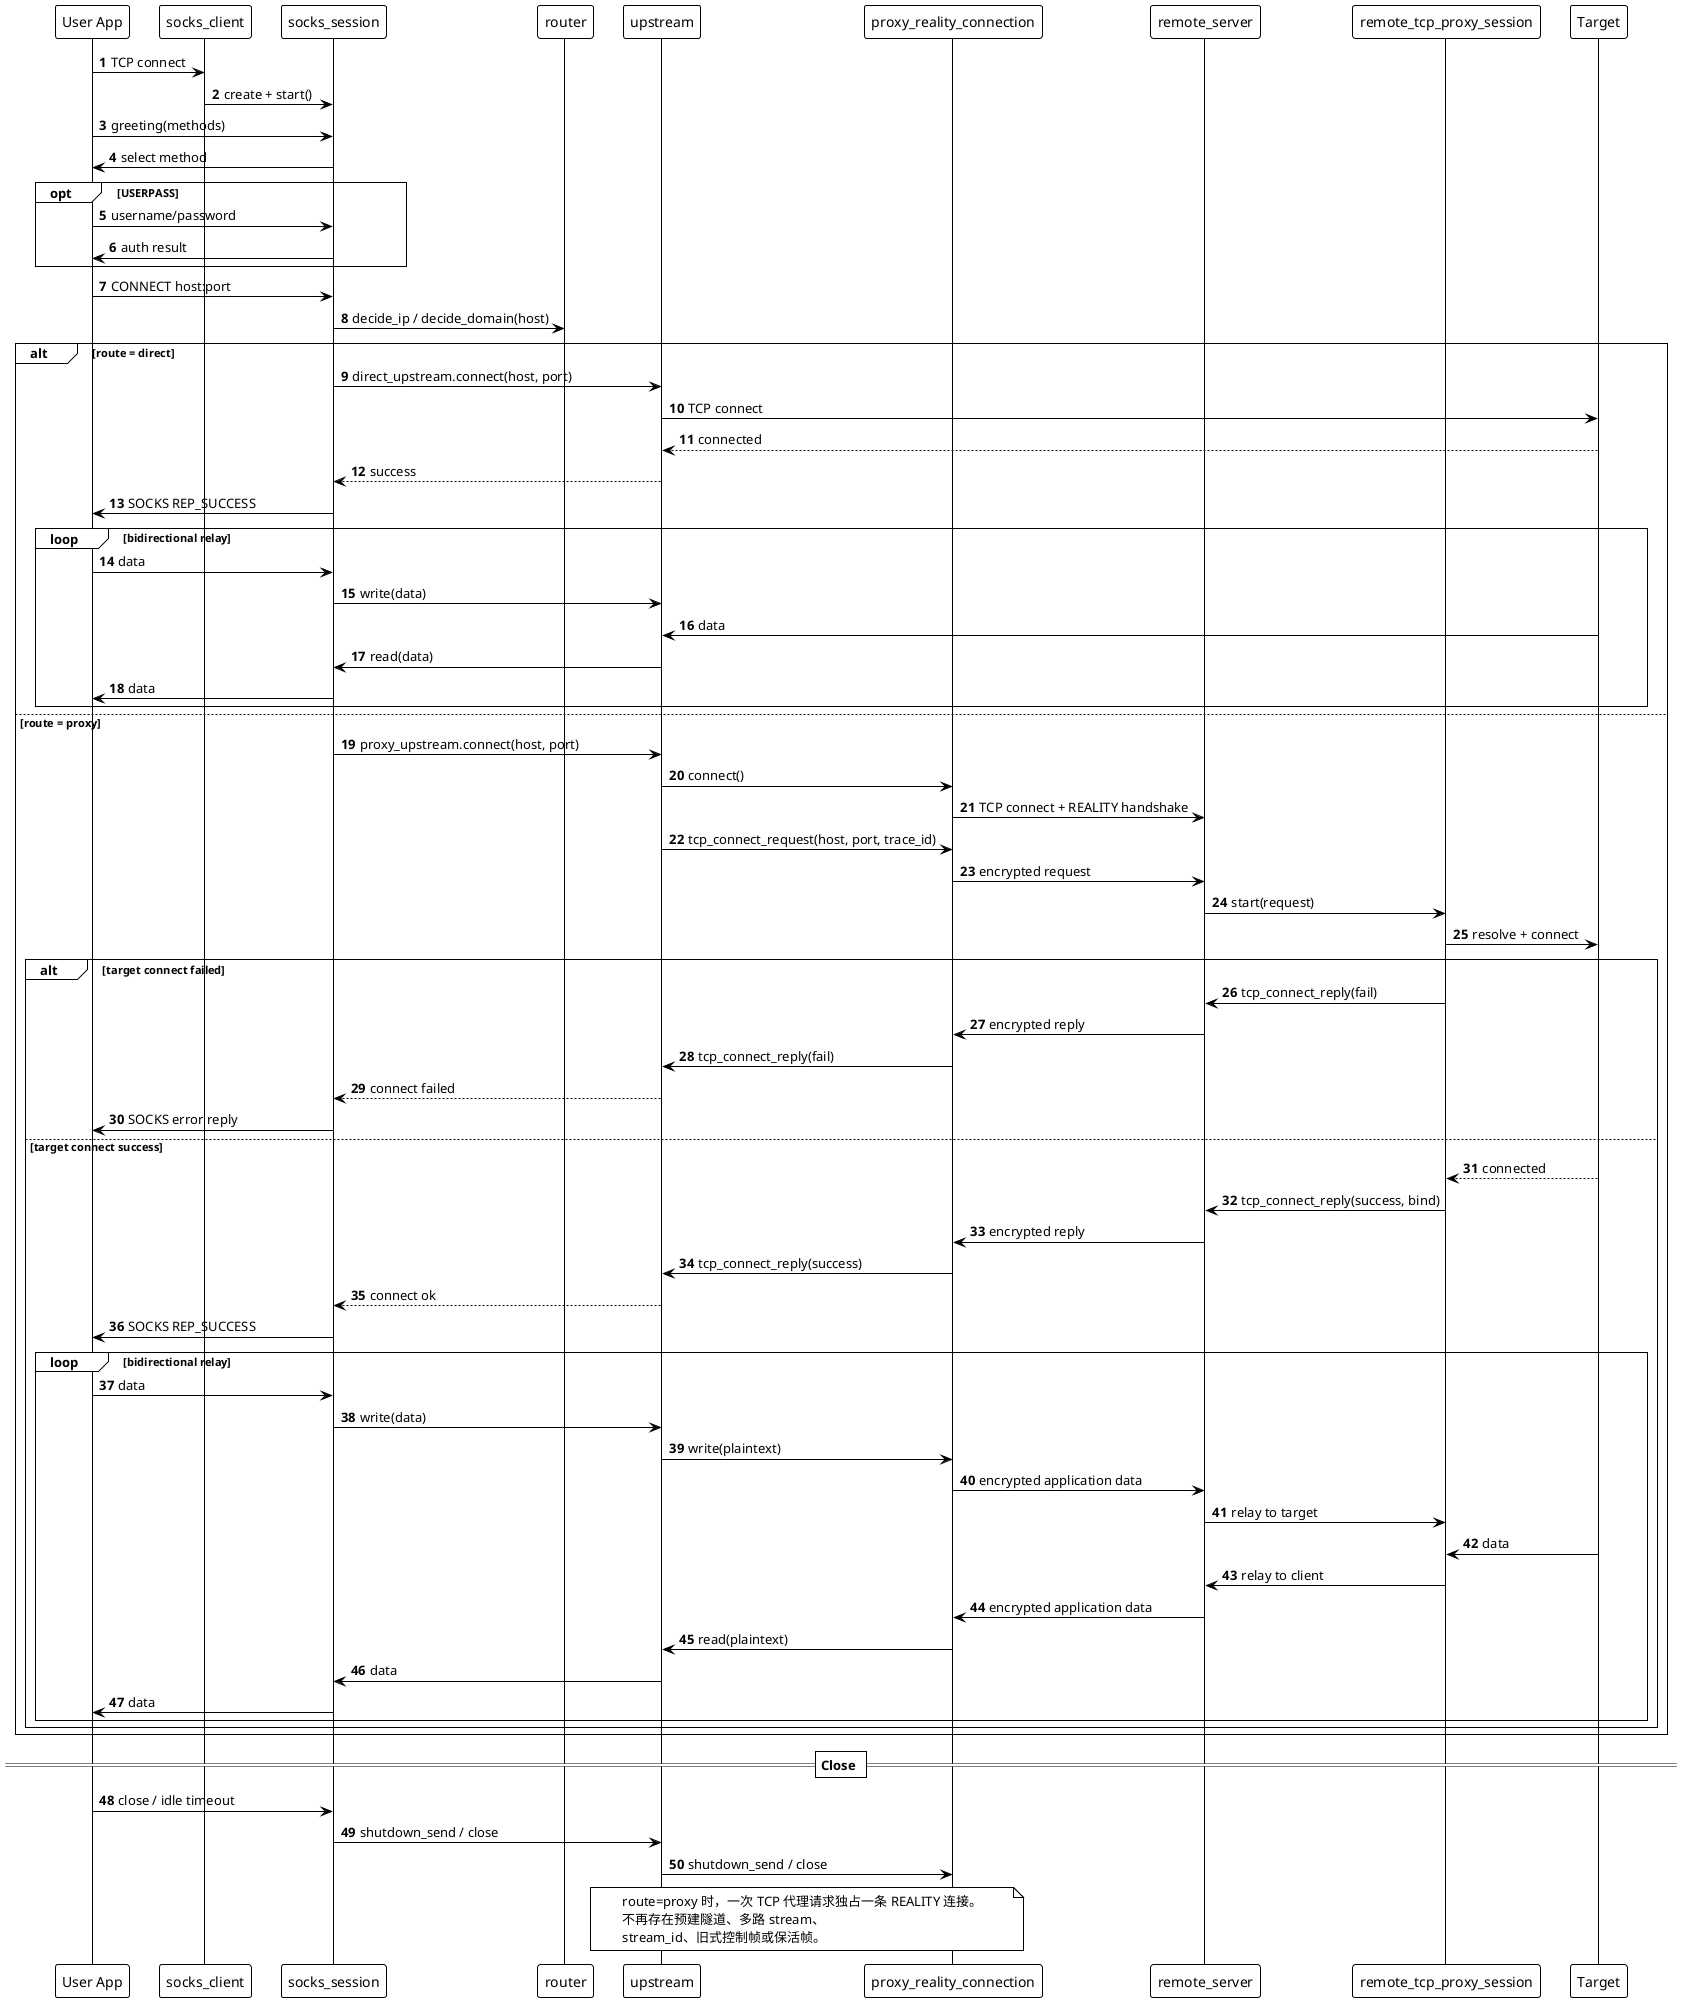
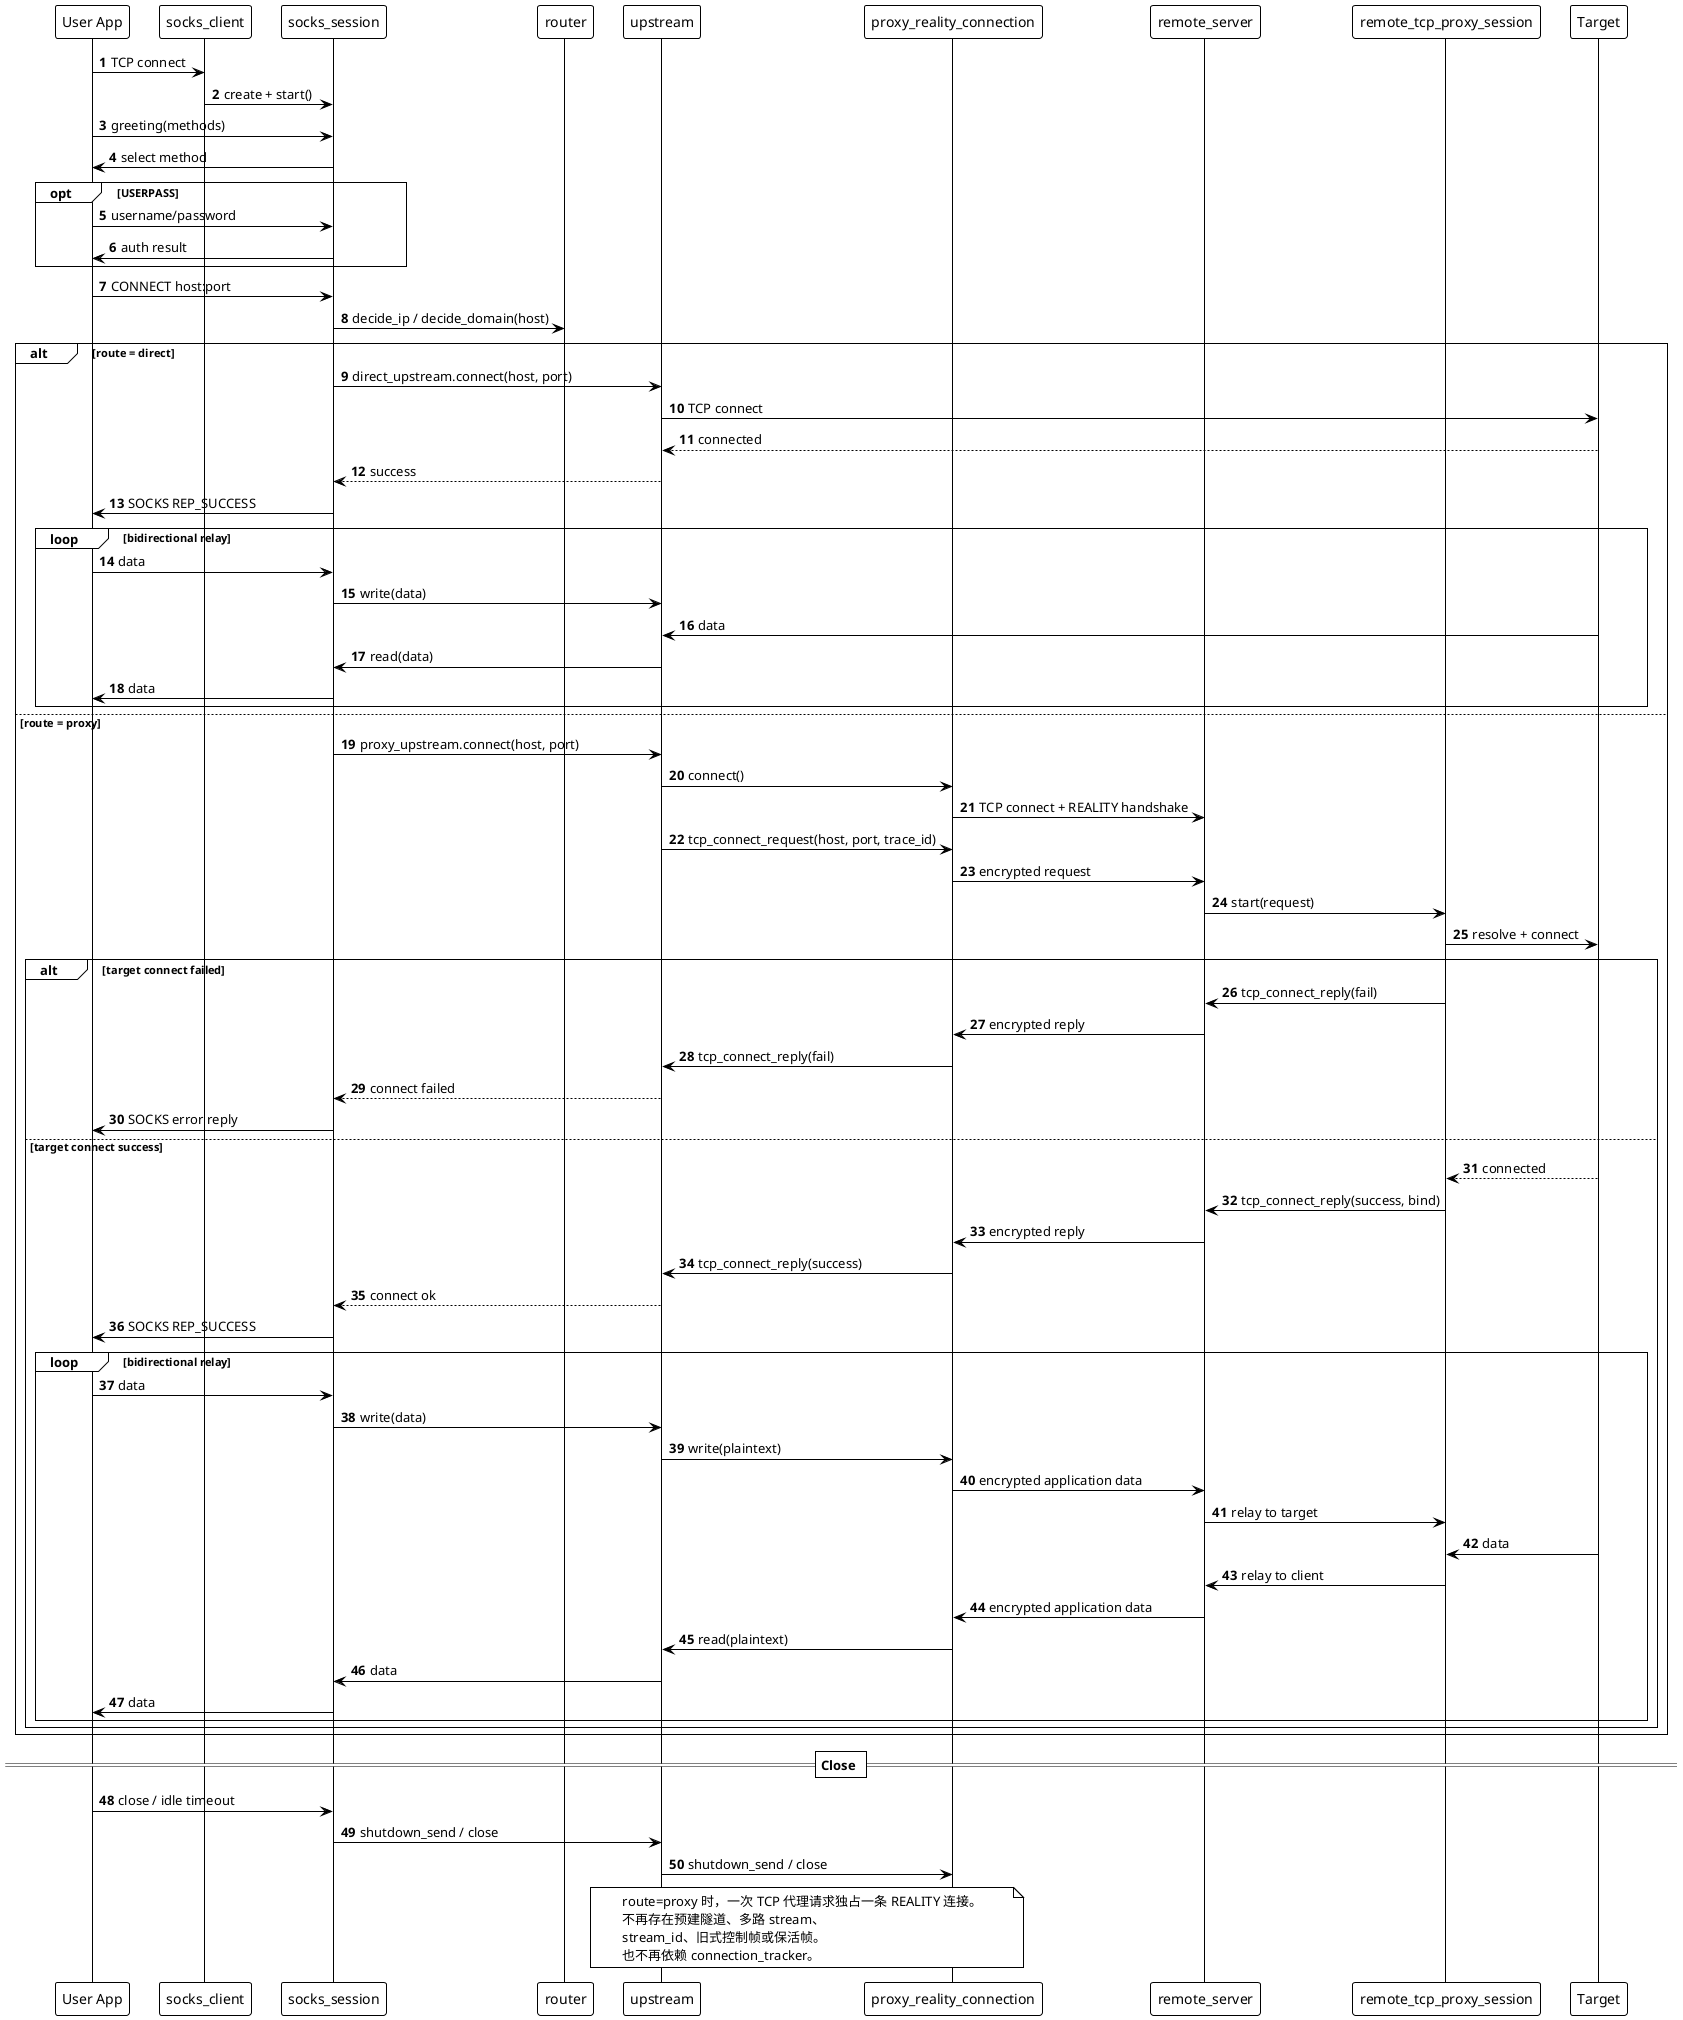
@startuml
!theme plain
autonumber

participant "User App" as App
participant "socks_client" as SocksClient
participant "socks_session" as SocksSession
participant "router" as Router
participant "upstream" as Upstream
participant "proxy_reality_connection" as ProxyConn
participant "remote_server" as RemoteServer
participant "remote_tcp_proxy_session" as RemoteTcp
participant "Target" as Target

App -> SocksClient: TCP connect
SocksClient -> SocksSession: create + start()
App -> SocksSession: greeting(methods)
SocksSession -> App: select method
opt USERPASS
  App -> SocksSession: username/password
  SocksSession -> App: auth result
end

App -> SocksSession: CONNECT host:port
SocksSession -> Router: decide_ip / decide_domain(host)

alt route = direct
  SocksSession -> Upstream: direct_upstream.connect(host, port)
  Upstream -> Target: TCP connect
  Target --> Upstream: connected
  Upstream --> SocksSession: success
  SocksSession -> App: SOCKS REP_SUCCESS
  loop bidirectional relay
    App -> SocksSession: data
    SocksSession -> Upstream: write(data)
    Target -> Upstream: data
    Upstream -> SocksSession: read(data)
    SocksSession -> App: data
  end
else route = proxy
  SocksSession -> Upstream: proxy_upstream.connect(host, port)
  Upstream -> ProxyConn: connect()
  ProxyConn -> RemoteServer: TCP connect + REALITY handshake

  Upstream -> ProxyConn: tcp_connect_request(host, port, trace_id)
  ProxyConn -> RemoteServer: encrypted request
  RemoteServer -> RemoteTcp: start(request)
  RemoteTcp -> Target: resolve + connect

  alt target connect failed
    RemoteTcp -> RemoteServer: tcp_connect_reply(fail)
    RemoteServer -> ProxyConn: encrypted reply
    ProxyConn -> Upstream: tcp_connect_reply(fail)
    Upstream --> SocksSession: connect failed
    SocksSession -> App: SOCKS error reply
  else target connect success
    Target --> RemoteTcp: connected
    RemoteTcp -> RemoteServer: tcp_connect_reply(success, bind)
    RemoteServer -> ProxyConn: encrypted reply
    ProxyConn -> Upstream: tcp_connect_reply(success)
    Upstream --> SocksSession: connect ok
    SocksSession -> App: SOCKS REP_SUCCESS

    loop bidirectional relay
      App -> SocksSession: data
      SocksSession -> Upstream: write(data)
      Upstream -> ProxyConn: write(plaintext)
      ProxyConn -> RemoteServer: encrypted application data
      RemoteServer -> RemoteTcp: relay to target

      Target -> RemoteTcp: data
      RemoteTcp -> RemoteServer: relay to client
      RemoteServer -> ProxyConn: encrypted application data
      ProxyConn -> Upstream: read(plaintext)
      Upstream -> SocksSession: data
      SocksSession -> App: data
    end
  end
end

== Close ==
App -> SocksSession: close / idle timeout
SocksSession -> Upstream: shutdown_send / close
Upstream -> ProxyConn: shutdown_send / close

note over Upstream, ProxyConn
  route=proxy 时，一次 TCP 代理请求独占一条 REALITY 连接。
  不再存在预建隧道、多路 stream、
  stream_id、旧式控制帧或保活帧。
+   也不再依赖 connection_tracker。
end note

@enduml
